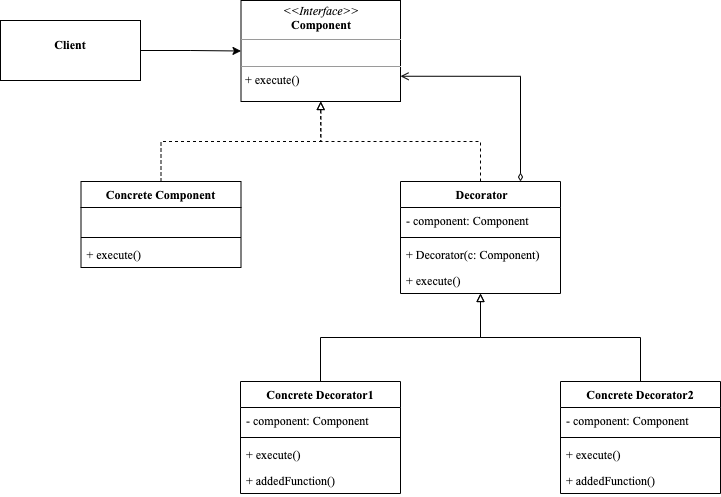
Hexiaopi/hexiaopi.github.io keeps this draw.io diagram as src/design-pattern/images/decorator.png. Above is the earlier version. Source tidied: cells renumbered, new cells last; positions are measured from the earlier drawing's top-left corner, leaving out a move shared by most shapes. Its diagram source:
```xml
<mxGraphModel>
  <root>
    <mxCell id="0" />
    <mxCell id="1" parent="0" />
    <mxCell id="2" style="edgeStyle=orthogonalEdgeStyle;rounded=0;jettySize=auto;html=1;exitX=1;exitY=0.5;exitDx=0;exitDy=0;fontFamily=Times New Roman;" parent="1" edge="1" source="3" target="14">
      <mxGeometry relative="1" as="geometry" />
    </mxCell>
    <mxCell id="3" value="&lt;p style=&quot;margin: 0px ; margin-top: 4px ; text-align: center&quot;&gt;&lt;br&gt;&lt;b&gt;Client&lt;/b&gt;&lt;/p&gt;" style="verticalAlign=top;align=left;overflow=fill;fontSize=12;fontFamily=Times New Roman;html=1;" parent="1" vertex="1">
      <mxGeometry y="20" width="140" height="60" as="geometry" />
    </mxCell>
    <mxCell id="4" value=" Decorator" style="swimlane;fontStyle=1;align=center;verticalAlign=top;horizontal=1;startSize=26;fontFamily=Times New Roman;" parent="1" vertex="1">
      <mxGeometry x="400" y="181" width="160" height="112" as="geometry" />
    </mxCell>
    <mxCell id="5" value="- component: Component" style="text;strokeColor=none;fillColor=none;align=left;verticalAlign=top;spacingLeft=4;spacingRight=4;overflow=hidden;fontFamily=Times New Roman;" parent="4" vertex="1">
      <mxGeometry y="26" width="160" height="26" as="geometry" />
    </mxCell>
    <mxCell id="6" style="line;strokeWidth=1;fillColor=none;align=left;verticalAlign=middle;spacingTop=-1;spacingLeft=3;spacingRight=3;labelPosition=right;fontFamily=Times New Roman;" parent="4" vertex="1">
      <mxGeometry y="52" width="160" height="8" as="geometry" />
    </mxCell>
    <mxCell id="7" value="+ Decorator(c: Component)&#10;" style="text;strokeColor=none;fillColor=none;align=left;verticalAlign=top;spacingLeft=4;spacingRight=4;overflow=hidden;fontFamily=Times New Roman;" parent="4" vertex="1">
      <mxGeometry y="60" width="160" height="26" as="geometry" />
    </mxCell>
    <mxCell id="8" value="+ execute()&#10;" style="text;strokeColor=none;fillColor=none;align=left;verticalAlign=top;spacingLeft=4;spacingRight=4;overflow=hidden;fontFamily=Times New Roman;" parent="4" vertex="1">
      <mxGeometry y="86" width="160" height="26" as="geometry" />
    </mxCell>
    <mxCell id="9" value="Concrete Component" style="swimlane;fontStyle=1;align=center;verticalAlign=top;horizontal=1;startSize=26;fontFamily=Times New Roman;" parent="1" vertex="1">
      <mxGeometry x="80.5" y="181" width="160" height="86" as="geometry" />
    </mxCell>
    <mxCell id="10" value=" " style="text;strokeColor=none;fillColor=none;align=left;verticalAlign=top;spacingLeft=4;spacingRight=4;overflow=hidden;fontFamily=Times New Roman;" parent="9" vertex="1">
      <mxGeometry y="26" width="160" height="26" as="geometry" />
    </mxCell>
    <mxCell id="11" style="line;strokeWidth=1;fillColor=none;align=left;verticalAlign=middle;spacingTop=-1;spacingLeft=3;spacingRight=3;labelPosition=right;fontFamily=Times New Roman;" parent="9" vertex="1">
      <mxGeometry y="52" width="160" height="8" as="geometry" />
    </mxCell>
    <mxCell id="12" value="+ execute()&#10;" style="text;strokeColor=none;fillColor=none;align=left;verticalAlign=top;spacingLeft=4;spacingRight=4;overflow=hidden;fontFamily=Times New Roman;" parent="9" vertex="1">
      <mxGeometry y="60" width="160" height="26" as="geometry" />
    </mxCell>
    <mxCell id="13" style="rounded=0;jettySize=auto;html=1;fontFamily=Times New Roman;entryX=0.5;entryY=1;entryDx=0;entryDy=0;exitX=0.5;exitY=0;exitDx=0;exitDy=0;endArrow=block;endFill=0;dashed=1;edgeStyle=orthogonalEdgeStyle;" parent="1" edge="1" source="9" target="14">
      <mxGeometry relative="1" as="geometry" />
    </mxCell>
    <mxCell id="14" value="&lt;p style=&quot;margin:0px;margin-top:4px;text-align:center;&quot;&gt;&lt;i&gt;&amp;lt;&amp;lt;Interface&amp;gt;&amp;gt;&lt;/i&gt;&lt;br&gt;&lt;b&gt;Component&lt;/b&gt;&lt;/p&gt;&lt;hr size=&quot;1&quot;&gt;&lt;p style=&quot;margin:0px;margin-left:4px;&quot;&gt;&lt;br&gt;&lt;/p&gt;&lt;hr size=&quot;1&quot;&gt;&lt;p style=&quot;margin:0px;margin-left:4px;&quot;&gt;+ execute()&lt;br&gt;&lt;/p&gt;" style="verticalAlign=top;align=left;overflow=fill;fontSize=12;fontFamily=Times New Roman;html=1;" parent="1" vertex="1">
      <mxGeometry x="240.5" width="159.5" height="101" as="geometry" />
    </mxCell>
    <mxCell id="15" style="rounded=0;jettySize=auto;html=1;fontFamily=Times New Roman;entryX=0.5;entryY=1;entryDx=0;entryDy=0;exitX=0.5;exitY=0;exitDx=0;exitDy=0;endArrow=block;endFill=0;dashed=1;edgeStyle=orthogonalEdgeStyle;" parent="1" edge="1" source="4" target="14">
      <mxGeometry relative="1" as="geometry" />
    </mxCell>
    <mxCell id="16" style="rounded=0;jettySize=auto;html=1;fontFamily=Times New Roman;entryX=1;entryY=0.75;entryDx=0;entryDy=0;endArrow=open;endFill=0;edgeStyle=orthogonalEdgeStyle;exitX=0.75;exitY=0;exitDx=0;exitDy=0;startArrow=diamondThin;startFill=0;targetPerimeterSpacing=0;sourcePerimeterSpacing=0;strokeWidth=1;" parent="1" edge="1" source="4" target="14">
      <mxGeometry relative="1" as="geometry" />
    </mxCell>
    <mxCell id="17" style="edgeStyle=orthogonalEdgeStyle;rounded=0;jettySize=auto;html=1;exitX=0.5;exitY=0;exitDx=0;exitDy=0;endArrow=block;endFill=0;" parent="1" edge="1" source="18" target="4">
      <mxGeometry relative="1" as="geometry" />
    </mxCell>
    <mxCell id="18" value="Concrete Decorator1" style="swimlane;fontStyle=1;align=center;verticalAlign=top;horizontal=1;startSize=26;fontFamily=Times New Roman;" parent="1" vertex="1">
      <mxGeometry x="240" y="381" width="160" height="112" as="geometry" />
    </mxCell>
    <mxCell id="19" value="- component: Component" style="text;strokeColor=none;fillColor=none;align=left;verticalAlign=top;spacingLeft=4;spacingRight=4;overflow=hidden;fontFamily=Times New Roman;" parent="18" vertex="1">
      <mxGeometry y="26" width="160" height="26" as="geometry" />
    </mxCell>
    <mxCell id="20" style="line;strokeWidth=1;fillColor=none;align=left;verticalAlign=middle;spacingTop=-1;spacingLeft=3;spacingRight=3;labelPosition=right;fontFamily=Times New Roman;" parent="18" vertex="1">
      <mxGeometry y="52" width="160" height="8" as="geometry" />
    </mxCell>
    <mxCell id="21" value="+ execute()&#10;" style="text;strokeColor=none;fillColor=none;align=left;verticalAlign=top;spacingLeft=4;spacingRight=4;overflow=hidden;fontFamily=Times New Roman;" parent="18" vertex="1">
      <mxGeometry y="60" width="160" height="26" as="geometry" />
    </mxCell>
    <mxCell id="22" value="+ addedFunction()&#10;" style="text;strokeColor=none;fillColor=none;align=left;verticalAlign=top;spacingLeft=4;spacingRight=4;overflow=hidden;fontFamily=Times New Roman;" parent="18" vertex="1">
      <mxGeometry y="86" width="160" height="26" as="geometry" />
    </mxCell>
    <mxCell id="23" style="edgeStyle=orthogonalEdgeStyle;rounded=0;jettySize=auto;html=1;exitX=0.5;exitY=0;exitDx=0;exitDy=0;endArrow=block;endFill=0;" parent="1" edge="1" source="24" target="4">
      <mxGeometry relative="1" as="geometry" />
    </mxCell>
    <mxCell id="24" value="Concrete Decorator2" style="swimlane;fontStyle=1;align=center;verticalAlign=top;horizontal=1;startSize=26;fontFamily=Times New Roman;" parent="1" vertex="1">
      <mxGeometry x="560" y="381" width="160" height="112" as="geometry" />
    </mxCell>
    <mxCell id="25" value="- component: Component" style="text;strokeColor=none;fillColor=none;align=left;verticalAlign=top;spacingLeft=4;spacingRight=4;overflow=hidden;fontFamily=Times New Roman;" parent="24" vertex="1">
      <mxGeometry y="26" width="160" height="26" as="geometry" />
    </mxCell>
    <mxCell id="26" style="line;strokeWidth=1;fillColor=none;align=left;verticalAlign=middle;spacingTop=-1;spacingLeft=3;spacingRight=3;labelPosition=right;fontFamily=Times New Roman;" parent="24" vertex="1">
      <mxGeometry y="52" width="160" height="8" as="geometry" />
    </mxCell>
    <mxCell id="27" value="+ execute()&#10;" style="text;strokeColor=none;fillColor=none;align=left;verticalAlign=top;spacingLeft=4;spacingRight=4;overflow=hidden;fontFamily=Times New Roman;" parent="24" vertex="1">
      <mxGeometry y="60" width="160" height="26" as="geometry" />
    </mxCell>
    <mxCell id="28" value="+ addedFunction()&#10;" style="text;strokeColor=none;fillColor=none;align=left;verticalAlign=top;spacingLeft=4;spacingRight=4;overflow=hidden;fontFamily=Times New Roman;" parent="24" vertex="1">
      <mxGeometry y="86" width="160" height="26" as="geometry" />
    </mxCell>
  </root>
</mxGraphModel>
```
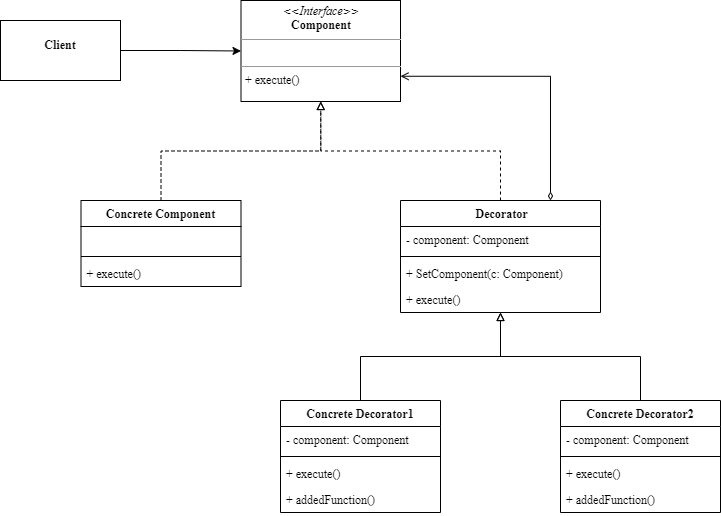
The same file after the commit.

Commit message:
fix(design-pattern): 修复go语言装饰器模式同名结构体与函数重复问题

Change to the diagram source:
```diff
@@ -6,25 +6,25 @@
       <mxGeometry relative="1" as="geometry" />
     </mxCell>
     <mxCell id="3" value="&lt;p style=&quot;margin: 0px ; margin-top: 4px ; text-align: center&quot;&gt;&lt;br&gt;&lt;b&gt;Client&lt;/b&gt;&lt;/p&gt;" style="verticalAlign=top;align=left;overflow=fill;fontSize=12;fontFamily=Times New Roman;html=1;" parent="1" vertex="1">
-      <mxGeometry y="20" width="140" height="60" as="geometry" />
+      <mxGeometry x="-40" y="1" width="120" height="60" as="geometry" />
     </mxCell>
     <mxCell id="4" value=" Decorator" style="swimlane;fontStyle=1;align=center;verticalAlign=top;horizontal=1;startSize=26;fontFamily=Times New Roman;" parent="1" vertex="1">
-      <mxGeometry x="400" y="181" width="160" height="112" as="geometry" />
+      <mxGeometry x="360" y="181" width="200" height="112" as="geometry" />
     </mxCell>
     <mxCell id="5" value="- component: Component" style="text;strokeColor=none;fillColor=none;align=left;verticalAlign=top;spacingLeft=4;spacingRight=4;overflow=hidden;fontFamily=Times New Roman;" parent="4" vertex="1">
-      <mxGeometry y="26" width="160" height="26" as="geometry" />
+      <mxGeometry y="26" width="200" height="26" as="geometry" />
     </mxCell>
     <mxCell id="6" style="line;strokeWidth=1;fillColor=none;align=left;verticalAlign=middle;spacingTop=-1;spacingLeft=3;spacingRight=3;labelPosition=right;fontFamily=Times New Roman;" parent="4" vertex="1">
-      <mxGeometry y="52" width="160" height="8" as="geometry" />
+      <mxGeometry y="52" width="200" height="8" as="geometry" />
     </mxCell>
-    <mxCell id="7" value="+ Decorator(c: Component)&#10;" style="text;strokeColor=none;fillColor=none;align=left;verticalAlign=top;spacingLeft=4;spacingRight=4;overflow=hidden;fontFamily=Times New Roman;" parent="4" vertex="1">
-      <mxGeometry y="60" width="160" height="26" as="geometry" />
+    <mxCell id="7" value="+ SetComponent(c: Component)&#10;" style="text;strokeColor=none;fillColor=none;align=left;verticalAlign=top;spacingLeft=4;spacingRight=4;overflow=hidden;fontFamily=Times New Roman;" parent="4" vertex="1">
+      <mxGeometry y="60" width="200" height="26" as="geometry" />
     </mxCell>
     <mxCell id="8" value="+ execute()&#10;" style="text;strokeColor=none;fillColor=none;align=left;verticalAlign=top;spacingLeft=4;spacingRight=4;overflow=hidden;fontFamily=Times New Roman;" parent="4" vertex="1">
-      <mxGeometry y="86" width="160" height="26" as="geometry" />
+      <mxGeometry y="86" width="200" height="26" as="geometry" />
     </mxCell>
     <mxCell id="9" value="Concrete Component" style="swimlane;fontStyle=1;align=center;verticalAlign=top;horizontal=1;startSize=26;fontFamily=Times New Roman;" parent="1" vertex="1">
-      <mxGeometry x="80.5" y="181" width="160" height="86" as="geometry" />
+      <mxGeometry x="40.5" y="181" width="160" height="86" as="geometry" />
     </mxCell>
     <mxCell id="10" value=" " style="text;strokeColor=none;fillColor=none;align=left;verticalAlign=top;spacingLeft=4;spacingRight=4;overflow=hidden;fontFamily=Times New Roman;" parent="9" vertex="1">
       <mxGeometry y="26" width="160" height="26" as="geometry" />
@@ -39,7 +39,7 @@
       <mxGeometry relative="1" as="geometry" />
     </mxCell>
     <mxCell id="14" value="&lt;p style=&quot;margin:0px;margin-top:4px;text-align:center;&quot;&gt;&lt;i&gt;&amp;lt;&amp;lt;Interface&amp;gt;&amp;gt;&lt;/i&gt;&lt;br&gt;&lt;b&gt;Component&lt;/b&gt;&lt;/p&gt;&lt;hr size=&quot;1&quot;&gt;&lt;p style=&quot;margin:0px;margin-left:4px;&quot;&gt;&lt;br&gt;&lt;/p&gt;&lt;hr size=&quot;1&quot;&gt;&lt;p style=&quot;margin:0px;margin-left:4px;&quot;&gt;+ execute()&lt;br&gt;&lt;/p&gt;" style="verticalAlign=top;align=left;overflow=fill;fontSize=12;fontFamily=Times New Roman;html=1;" parent="1" vertex="1">
-      <mxGeometry x="240.5" width="159.5" height="101" as="geometry" />
+      <mxGeometry x="200.5" y="-19" width="159.5" height="101" as="geometry" />
     </mxCell>
     <mxCell id="15" style="rounded=0;jettySize=auto;html=1;fontFamily=Times New Roman;entryX=0.5;entryY=1;entryDx=0;entryDy=0;exitX=0.5;exitY=0;exitDx=0;exitDy=0;endArrow=block;endFill=0;dashed=1;edgeStyle=orthogonalEdgeStyle;" parent="1" edge="1" source="4" target="14">
       <mxGeometry relative="1" as="geometry" />
@@ -69,7 +69,7 @@
       <mxGeometry relative="1" as="geometry" />
     </mxCell>
     <mxCell id="24" value="Concrete Decorator2" style="swimlane;fontStyle=1;align=center;verticalAlign=top;horizontal=1;startSize=26;fontFamily=Times New Roman;" parent="1" vertex="1">
-      <mxGeometry x="560" y="381" width="160" height="112" as="geometry" />
+      <mxGeometry x="520" y="381" width="160" height="112" as="geometry" />
     </mxCell>
     <mxCell id="25" value="- component: Component" style="text;strokeColor=none;fillColor=none;align=left;verticalAlign=top;spacingLeft=4;spacingRight=4;overflow=hidden;fontFamily=Times New Roman;" parent="24" vertex="1">
       <mxGeometry y="26" width="160" height="26" as="geometry" />
```
